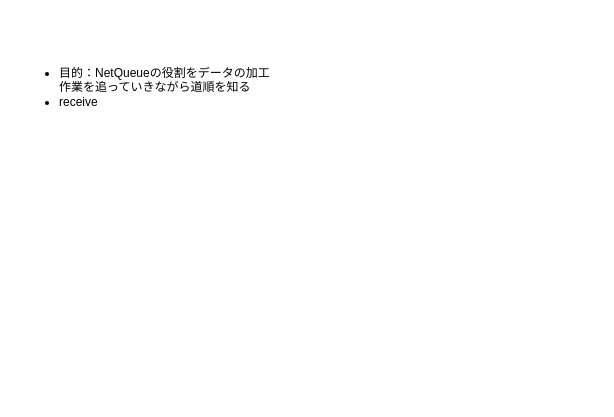
3doriTea/VRTea keeps this draw.io diagram as page "NetQueueの説明" (5 of 5) of Doc/会議ログ.drawio. Above is the earlier version. Source tidied: cells renumbered, new cells numbered last; positions are measured from the earlier drawing's top-left corner, leaving out a move shared by most shapes. Both pictures are drawn from the tidied source at 100%, with x=0, y=0 at pixel (17, 47).
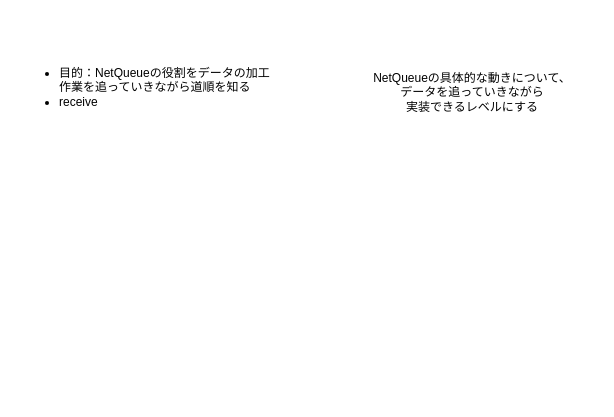
The same diagram, later.

Commit message:
会議ログ.drawio を更新します

Diff of the diagram source:
```diff
@@
 <mxGraphModel>
   <root>
     <mxCell id="0" />
     <mxCell id="1" parent="0" />
     <mxCell id="2" value="&lt;ul&gt;&lt;li&gt;目的：NetQueueの役割をデータの加工作業を追っていきながら道順を知る&lt;/li&gt;&lt;li&gt;receive&lt;/li&gt;&lt;/ul&gt;" style="text;strokeColor=none;fillColor=none;html=1;whiteSpace=wrap;verticalAlign=top;overflow=hidden;" parent="1" vertex="1">
       <mxGeometry width="260" height="350" as="geometry" />
     </mxCell>
+    <mxCell id="3" value="&lt;div&gt;NetQueueの具体的な動きについて、&lt;/div&gt;&lt;div&gt;データを追っていきながら&lt;/div&gt;&lt;div&gt;実装できるレベルにする&lt;/div&gt;" style="text;html=1;whiteSpace=wrap;strokeColor=none;fillColor=none;align=center;verticalAlign=middle;rounded=0;" parent="1" vertex="1">
+      <mxGeometry x="330" y="-30" width="250" height="150" as="geometry" />
+    </mxCell>
   </root>
 </mxGraphModel>
```
